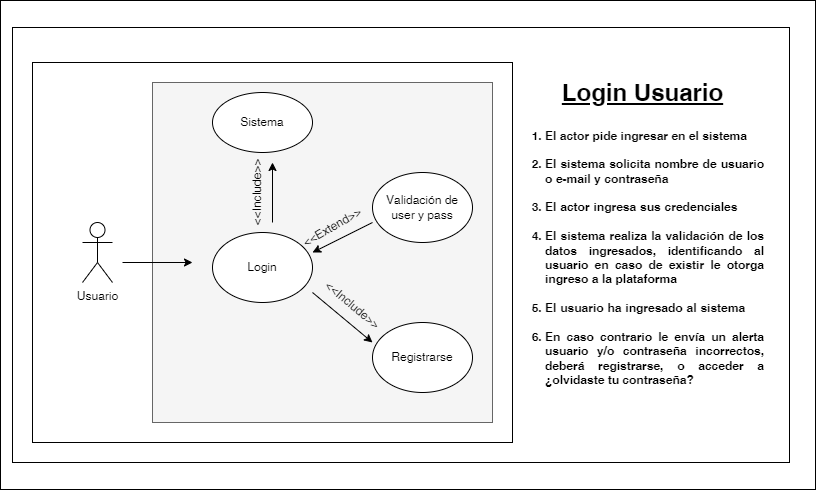
Earlier version of the draw.io export Documentation/CASOS DE USO/Login.png (grupoA7ISPC/ProyectoISPCGrupo55). Source tidied: cells renumbered, new cells last; positions are measured from the earlier drawing's top-left corner, leaving out a move shared by most shapes. The source it was exported from:
```xml
<mxGraphModel>
  <root>
    <mxCell id="0" />
    <mxCell id="1" parent="0" />
    <mxCell id="2" style="rounded=0;whiteSpace=wrap;html=1;" parent="1" vertex="1">
      <mxGeometry width="815" height="489" as="geometry" />
    </mxCell>
    <mxCell id="3" style="rounded=0;whiteSpace=wrap;html=1;" parent="1" vertex="1">
      <mxGeometry x="12" y="27" width="777" height="435" as="geometry" />
    </mxCell>
    <mxCell id="4" style="rounded=0;whiteSpace=wrap;html=1;" parent="1" vertex="1">
      <mxGeometry x="32" y="62" width="480" height="380" as="geometry" />
    </mxCell>
    <mxCell id="5" style="whiteSpace=wrap;html=1;fontSize=12;labelBackgroundColor=none;fillColor=#f5f5f5;fontColor=#333333;strokeColor=#666666;" parent="1" vertex="1">
      <mxGeometry x="152" y="82" width="340" height="340" as="geometry" />
    </mxCell>
    <mxCell id="6" value="Usuario" style="shape=umlActor;verticalLabelPosition=bottom;verticalAlign=top;html=1;" parent="1" vertex="1">
      <mxGeometry x="82" y="222" width="30" height="60" as="geometry" />
    </mxCell>
    <mxCell id="7" value="Login" style="ellipse;whiteSpace=wrap;html=1;" parent="1" vertex="1">
      <mxGeometry x="212" y="232" width="100" height="70" as="geometry" />
    </mxCell>
    <mxCell id="8" value="Registrarse" style="ellipse;whiteSpace=wrap;html=1;" parent="1" vertex="1">
      <mxGeometry x="372" y="322" width="100" height="70" as="geometry" />
    </mxCell>
    <mxCell id="9" style="endArrow=classic;html=1;rounded=0;" parent="1" edge="1">
      <mxGeometry relative="1" as="geometry">
        <mxPoint x="122" y="262" as="sourcePoint" />
        <mxPoint x="192" y="262" as="targetPoint" />
      </mxGeometry>
    </mxCell>
    <mxCell id="10" style="endArrow=classic;html=1;rounded=0;" parent="1" edge="1">
      <mxGeometry relative="1" as="geometry">
        <mxPoint x="312" y="292" as="sourcePoint" />
        <mxPoint x="372" y="342" as="targetPoint" />
      </mxGeometry>
    </mxCell>
    <mxCell id="11" value="Validación de user y pass" style="ellipse;whiteSpace=wrap;html=1;" parent="1" vertex="1">
      <mxGeometry x="372" y="172" width="100" height="70" as="geometry" />
    </mxCell>
    <mxCell id="12" style="endArrow=classic;html=1;rounded=0;" parent="1" edge="1">
      <mxGeometry relative="1" as="geometry">
        <mxPoint x="372" y="222" as="sourcePoint" />
        <mxPoint x="312" y="252" as="targetPoint" />
      </mxGeometry>
    </mxCell>
    <mxCell id="13" value="Sistema" style="ellipse;whiteSpace=wrap;html=1;" parent="1" vertex="1">
      <mxGeometry x="212" y="92" width="100" height="60" as="geometry" />
    </mxCell>
    <mxCell id="14" style="endArrow=classic;html=1;rounded=0;" parent="1" edge="1">
      <mxGeometry relative="1" as="geometry">
        <mxPoint x="272" y="222" as="sourcePoint" />
        <mxPoint x="272" y="162" as="targetPoint" />
      </mxGeometry>
    </mxCell>
    <mxCell id="15" value="&amp;lt;&amp;lt;Extend&amp;gt;&amp;gt;" style="text;html=1;strokeColor=none;fillColor=none;align=center;verticalAlign=middle;whiteSpace=wrap;rounded=0;rotation=-30;" parent="1" vertex="1">
      <mxGeometry x="292" y="212" width="80" height="30" as="geometry" />
    </mxCell>
    <mxCell id="16" value="&amp;lt;&amp;lt;Include&amp;gt;&amp;gt;" style="text;html=1;strokeColor=none;fillColor=none;align=center;verticalAlign=middle;whiteSpace=wrap;rounded=0;rotation=40;" parent="1" vertex="1">
      <mxGeometry x="317.9" y="289.9" width="69" height="30" as="geometry" />
    </mxCell>
    <mxCell id="17" value="Login Usuario" style="text;strokeColor=none;fillColor=none;html=1;fontSize=24;fontStyle=5;verticalAlign=middle;align=center;" parent="1" vertex="1">
      <mxGeometry x="532" y="72" width="220" height="40" as="geometry" />
    </mxCell>
    <mxCell id="18" value="&lt;ol style=&quot;font-size: 12px; line-height: 120%;&quot;&gt;&lt;li style=&quot;text-align: justify;&quot;&gt;&lt;span style=&quot;background-color: initial;&quot;&gt;El actor pide ingresar en el sistema&amp;nbsp; &amp;nbsp; &amp;nbsp; &amp;nbsp; &amp;nbsp; &amp;nbsp;&amp;nbsp;&lt;/span&gt;&lt;/li&gt;&lt;li style=&quot;text-align: justify; font-size: 12px;&quot;&gt;&lt;span style=&quot;background-color: initial;&quot;&gt;El sistema solicita nombre de usuario o e-mail y contraseña&amp;nbsp; &amp;nbsp; &amp;nbsp; &amp;nbsp; &amp;nbsp; &amp;nbsp; &amp;nbsp; &amp;nbsp; &amp;nbsp; &amp;nbsp; &amp;nbsp; &amp;nbsp; &amp;nbsp; &amp;nbsp; &amp;nbsp; &amp;nbsp; &amp;nbsp; &amp;nbsp; &amp;nbsp; &amp;nbsp; &amp;nbsp; &amp;nbsp;&amp;nbsp;&lt;/span&gt;&lt;/li&gt;&lt;li style=&quot;text-align: justify; font-size: 12px;&quot;&gt;El actor ingresa sus credenciales&amp;nbsp; &amp;nbsp; &amp;nbsp; &amp;nbsp; &amp;nbsp; &amp;nbsp; &amp;nbsp; &amp;nbsp; &amp;nbsp;&amp;nbsp;&lt;/li&gt;&lt;li style=&quot;text-align: justify; font-size: 12px;&quot;&gt;El sistema realiza la validación de los datos ingresados, identificando al usuario en caso de existir le otorga ingreso a la plataforma&amp;nbsp; &amp;nbsp; &amp;nbsp; &amp;nbsp; &amp;nbsp; &amp;nbsp; &amp;nbsp; &amp;nbsp; &amp;nbsp; &amp;nbsp; &amp;nbsp; &amp;nbsp; &amp;nbsp; &amp;nbsp; &amp;nbsp; &amp;nbsp;&amp;nbsp;&lt;/li&gt;&lt;li style=&quot;text-align: justify;&quot;&gt;El usuario ha ingresado al sistema&amp;nbsp; &amp;nbsp; &amp;nbsp; &amp;nbsp; &amp;nbsp; &amp;nbsp; &amp;nbsp;&lt;/li&gt;&lt;li style=&quot;text-align: justify; font-size: 12px;&quot;&gt;En caso contrario le envía un alerta usuario y/o contraseña incorrectos, deberá registrarse, o acceder a ¿olvidaste tu contraseña?&amp;nbsp; &amp;nbsp; &amp;nbsp; &amp;nbsp; &amp;nbsp; &amp;nbsp; &amp;nbsp; &amp;nbsp; &amp;nbsp; &amp;nbsp; &amp;nbsp; &amp;nbsp; &amp;nbsp; &amp;nbsp; &amp;nbsp; &amp;nbsp; &amp;nbsp; &amp;nbsp; &amp;nbsp; &amp;nbsp; &amp;nbsp; &amp;nbsp; &amp;nbsp; &amp;nbsp; &amp;nbsp; &amp;nbsp; &amp;nbsp;&lt;/li&gt;&lt;/ol&gt;" style="text;strokeColor=none;fillColor=none;html=1;whiteSpace=wrap;verticalAlign=middle;overflow=hidden;fontStyle=1;fontSize=12;" parent="1" vertex="1">
      <mxGeometry x="502.5" y="114" width="260.5" height="278" as="geometry" />
    </mxCell>
    <mxCell id="19" value="&amp;lt;&amp;lt;Include&amp;gt;&amp;gt;" style="text;html=1;strokeColor=none;fillColor=none;align=center;verticalAlign=middle;whiteSpace=wrap;rounded=0;rotation=-90;" parent="1" vertex="1">
      <mxGeometry x="227" y="177" width="60" height="30" as="geometry" />
    </mxCell>
  </root>
</mxGraphModel>
```
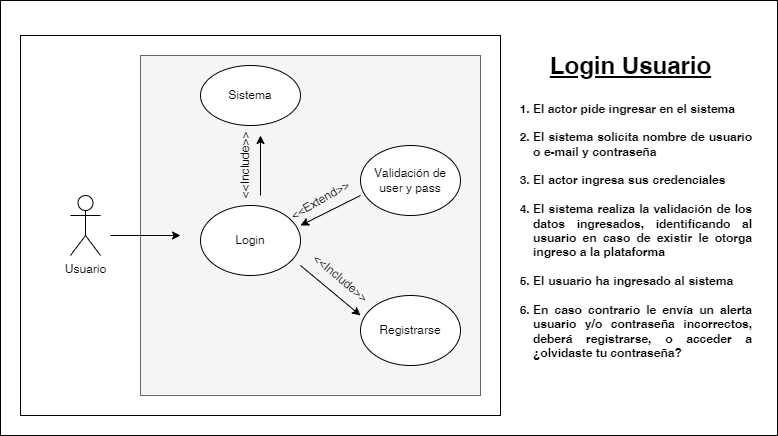
The same diagram one commit later.

Commit message:
Se sube caso de uso Calendario

The edit, as a diff of the source:
```diff
@@ -2,9 +2,6 @@
   <root>
     <mxCell id="0" />
     <mxCell id="1" parent="0" />
-    <mxCell id="2" style="rounded=0;whiteSpace=wrap;html=1;" parent="1" vertex="1">
-      <mxGeometry width="815" height="489" as="geometry" />
-    </mxCell>
     <mxCell id="3" style="rounded=0;whiteSpace=wrap;html=1;" parent="1" vertex="1">
       <mxGeometry x="12" y="27" width="777" height="435" as="geometry" />
     </mxCell>
```
